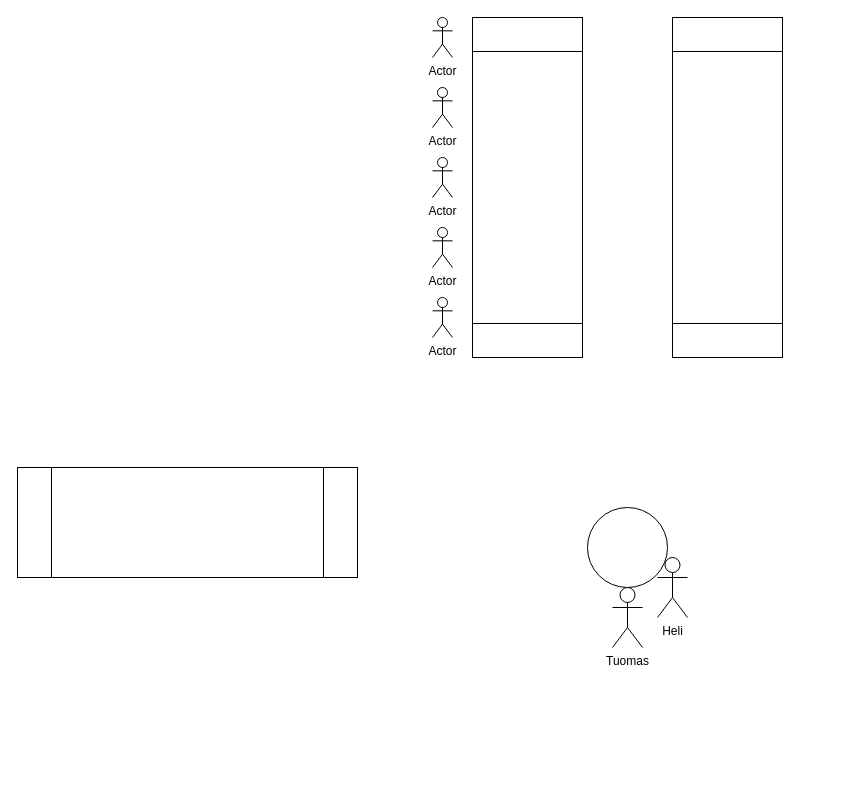
devgranlund/idea-settings keeps this draw.io diagram as seatingplan.drawio. Above is the earlier version. Source tidied: cells renumbered, new cells numbered last; positions are measured from the earlier drawing's top-left corner, leaving out a move shared by most shapes. Both pictures are drawn from the tidied source at 100%, with x=0, y=0 at pixel (17, 17).
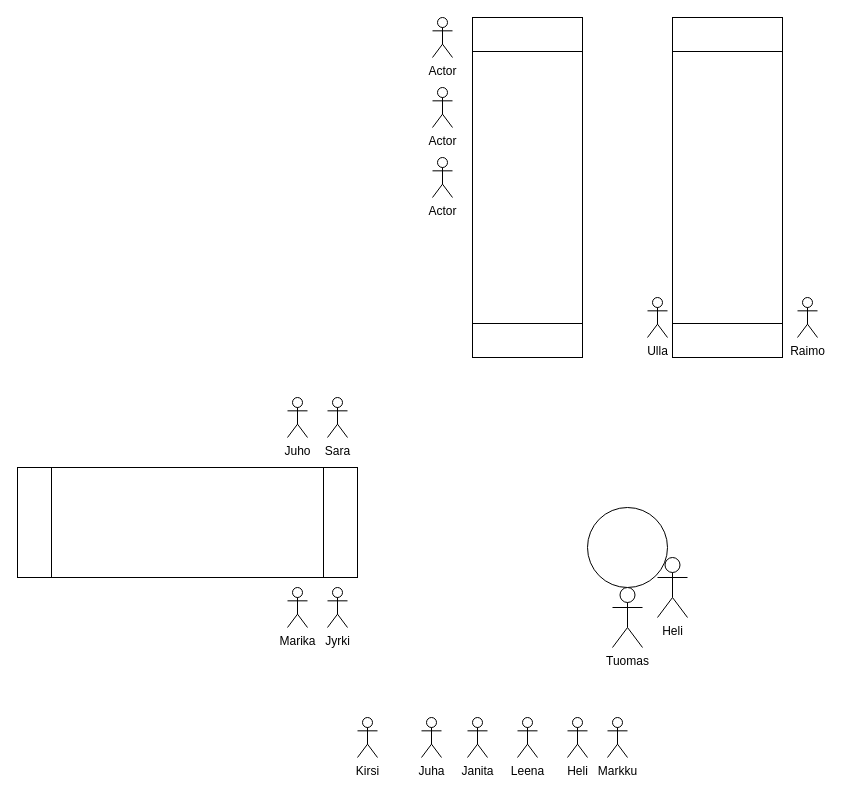
The same diagram, later.

Diff of the diagram source:
```diff
@@
-    <mxCell id="6" value="Actor" style="shape=umlActor;verticalLabelPosition=bottom;verticalAlign=top;html=1;" parent="1" vertex="1">
-      <mxGeometry x="415" y="210" width="20" height="40" as="geometry" />
+    <mxCell id="6" value="Ulla" style="shape=umlActor;verticalLabelPosition=bottom;verticalAlign=top;html=1;" parent="1" vertex="1">
+      <mxGeometry x="630" y="280" width="20" height="40" as="geometry" />
     </mxCell>
-    <mxCell id="7" value="Actor" style="shape=umlActor;verticalLabelPosition=bottom;verticalAlign=top;html=1;" parent="1" vertex="1">
-      <mxGeometry x="415" y="280" width="20" height="40" as="geometry" />
+    <mxCell id="7" value="Raimo" style="shape=umlActor;verticalLabelPosition=bottom;verticalAlign=top;html=1;" parent="1" vertex="1">
+      <mxGeometry x="780" y="280" width="20" height="40" as="geometry" />
     </mxCell>
@@
+    <mxCell id="13" value="Juha" style="shape=umlActor;verticalLabelPosition=bottom;verticalAlign=top;html=1;" parent="1" vertex="1">
+      <mxGeometry x="404" y="700" width="20" height="40" as="geometry" />
+    </mxCell>
+    <mxCell id="14" value="Janita" style="shape=umlActor;verticalLabelPosition=bottom;verticalAlign=top;html=1;" parent="1" vertex="1">
+      <mxGeometry x="450" y="700" width="20" height="40" as="geometry" />
+    </mxCell>
+    <mxCell id="15" value="Leena" style="shape=umlActor;verticalLabelPosition=bottom;verticalAlign=top;html=1;" parent="1" vertex="1">
+      <mxGeometry x="500" y="700" width="20" height="40" as="geometry" />
+    </mxCell>
+    <mxCell id="16" value="Sara" style="shape=umlActor;verticalLabelPosition=bottom;verticalAlign=top;html=1;" parent="1" vertex="1">
+      <mxGeometry x="310" y="380" width="20" height="40" as="geometry" />
+    </mxCell>
+    <mxCell id="17" value="Jyrki" style="shape=umlActor;verticalLabelPosition=bottom;verticalAlign=top;html=1;" parent="1" vertex="1">
+      <mxGeometry x="310" y="570" width="20" height="40" as="geometry" />
+    </mxCell>
+    <mxCell id="18" value="Marika" style="shape=umlActor;verticalLabelPosition=bottom;verticalAlign=top;html=1;" parent="1" vertex="1">
+      <mxGeometry x="270" y="570" width="20" height="40" as="geometry" />
+    </mxCell>
+    <mxCell id="19" value="Juho" style="shape=umlActor;verticalLabelPosition=bottom;verticalAlign=top;html=1;" parent="1" vertex="1">
+      <mxGeometry x="270" y="380" width="20" height="40" as="geometry" />
+    </mxCell>
+    <mxCell id="20" value="Markku" style="shape=umlActor;verticalLabelPosition=bottom;verticalAlign=top;html=1;" parent="1" vertex="1">
+      <mxGeometry x="590" y="700" width="20" height="40" as="geometry" />
+    </mxCell>
+    <mxCell id="21" value="Heli" style="shape=umlActor;verticalLabelPosition=bottom;verticalAlign=top;html=1;" parent="1" vertex="1">
+      <mxGeometry x="550" y="700" width="20" height="40" as="geometry" />
+    </mxCell>
+    <mxCell id="22" value="Kirsi" style="shape=umlActor;verticalLabelPosition=bottom;verticalAlign=top;html=1;" parent="1" vertex="1">
+      <mxGeometry x="340" y="700" width="20" height="40" as="geometry" />
+    </mxCell>
```
